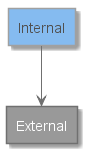
Earlier version of the PlantUML export docs/diagrams/components.png (skleanthous/C4-PlantumlSkin).
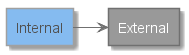
After the commit.

What changed in the source:
```diff
@@ -173,6 +173,6 @@
 rectangle Internal <<Internal Component>>
 rectangle External <<External Component>>
 
-Internal --> External
+Internal -right-> External
 
 @enduml
```
